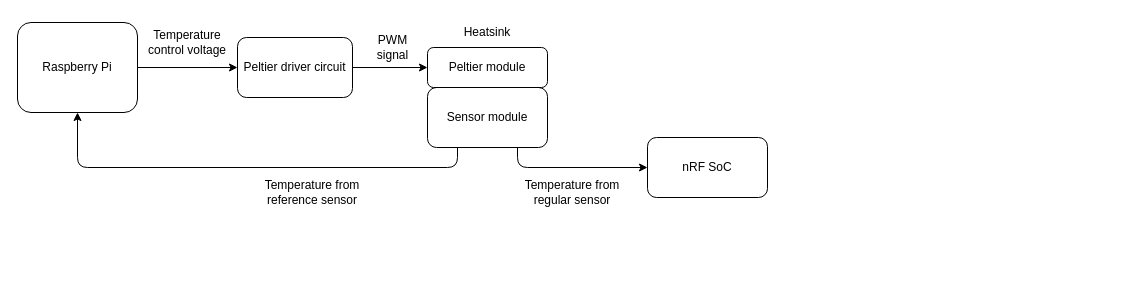
danielcarton/Masters keeps this draw.io diagram as Energy_harvester_iot/Diagrams/Temperature_jig.drawio. Above is the earlier version. Source tidied: cells renumbered, new cells numbered last; positions are measured from the earlier drawing's top-left corner, leaving out a move shared by most shapes. Both pictures are drawn from the tidied source at 100%, with x=0, y=0 at pixel (17, 17).
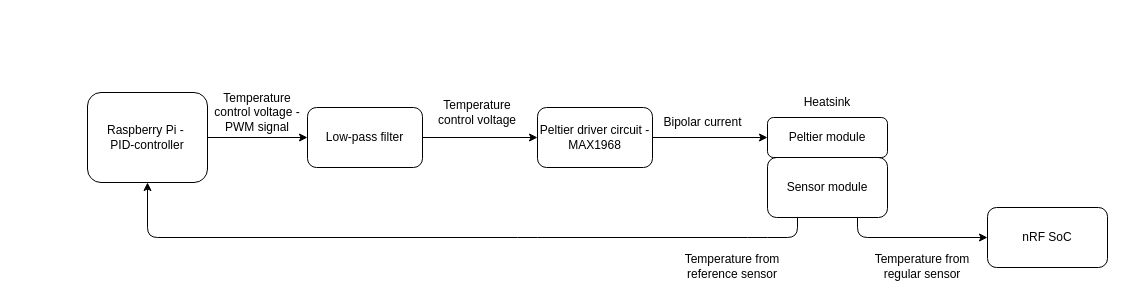
The same page after the edit.

Change to the diagram source:
```diff
@@
-    <mxCell id="2" style="edgeStyle=none;html=1;exitX=1;exitY=0.5;exitDx=0;exitDy=0;entryX=0;entryY=0.5;entryDx=0;entryDy=0;" parent="1" edge="1" source="3" target="14">
-      <mxGeometry relative="1" as="geometry" />
-    </mxCell>
+    <mxCell id="16" style="edgeStyle=none;html=1;exitX=1;exitY=0.5;exitDx=0;exitDy=0;entryX=0;entryY=0.5;entryDx=0;entryDy=0;" parent="1" edge="1" source="3" target="18">
+      <mxGeometry relative="1" as="geometry" />
+    </mxCell>
-    <mxCell id="3" value="Raspberry Pi" style="rounded=1;whiteSpace=wrap;html=1;" parent="1" vertex="1">
-      <mxGeometry y="5" width="120" height="90" as="geometry" />
+    <mxCell id="3" value="Raspberry Pi -&amp;nbsp;&lt;br&gt;PID-controller" style="rounded=1;whiteSpace=wrap;html=1;" parent="1" vertex="1">
+      <mxGeometry x="70" y="75" width="120" height="90" as="geometry" />
     </mxCell>
     <mxCell id="4" style="edgeStyle=none;html=1;exitX=0.75;exitY=1;exitDx=0;exitDy=0;entryX=0;entryY=0.5;entryDx=0;entryDy=0;" parent="1" edge="1" source="6" target="8">
       <mxGeometry relative="1" as="geometry">
         <Array as="points">
-          <mxPoint x="500" y="150" />
+          <mxPoint x="840" y="220" />
         </Array>
       </mxGeometry>
     </mxCell>
     <mxCell id="5" style="edgeStyle=none;html=1;exitX=0.25;exitY=1;exitDx=0;exitDy=0;entryX=0.5;entryY=1;entryDx=0;entryDy=0;" parent="1" edge="1" source="6" target="3">
       <mxGeometry relative="1" as="geometry">
         <Array as="points">
-          <mxPoint x="440" y="150" />
-          <mxPoint x="60" y="150" />
+          <mxPoint x="780" y="220" />
+          <mxPoint x="740" y="220" />
+          <mxPoint x="510" y="220" />
+          <mxPoint x="130" y="220" />
         </Array>
       </mxGeometry>
     </mxCell>
     <mxCell id="6" value="Sensor module" style="rounded=1;whiteSpace=wrap;html=1;" parent="1" vertex="1">
-      <mxGeometry x="410" y="70" width="120" height="60" as="geometry" />
+      <mxGeometry x="750" y="140" width="120" height="60" as="geometry" />
     </mxCell>
     <mxCell id="7" value="Peltier module" style="rounded=1;whiteSpace=wrap;html=1;" parent="1" vertex="1">
-      <mxGeometry x="410" y="30" width="120" height="40" as="geometry" />
+      <mxGeometry x="750" y="100" width="120" height="40" as="geometry" />
     </mxCell>
     <mxCell id="8" value="nRF SoC" style="rounded=1;whiteSpace=wrap;html=1;" parent="1" vertex="1">
-      <mxGeometry x="630" y="120" width="120" height="60" as="geometry" />
+      <mxGeometry x="970" y="190" width="120" height="60" as="geometry" />
     </mxCell>
-    <mxCell id="9" value="Temperature control voltage" style="text;html=1;strokeColor=none;fillColor=none;align=center;verticalAlign=middle;whiteSpace=wrap;rounded=0;" parent="1" vertex="1">
-      <mxGeometry x="120" y="10" width="100" height="30" as="geometry" />
+    <mxCell id="9" value="Temperature control voltage - PWM signal" style="text;html=1;strokeColor=none;fillColor=none;align=center;verticalAlign=middle;whiteSpace=wrap;rounded=0;" parent="1" vertex="1">
+      <mxGeometry x="190" y="80" width="100" height="30" as="geometry" />
     </mxCell>
     <mxCell id="10" value="Temperature from reference sensor" style="text;html=1;strokeColor=none;fillColor=none;align=center;verticalAlign=middle;whiteSpace=wrap;rounded=0;" parent="1" vertex="1">
-      <mxGeometry x="240" y="160" width="110" height="30" as="geometry" />
+      <mxGeometry x="660" y="234" width="110" height="30" as="geometry" />
     </mxCell>
     <mxCell id="11" value="Temperature from regular sensor" style="text;html=1;strokeColor=none;fillColor=none;align=center;verticalAlign=middle;whiteSpace=wrap;rounded=0;" parent="1" vertex="1">
-      <mxGeometry x="500" y="160" width="110" height="30" as="geometry" />
+      <mxGeometry x="850" y="234" width="110" height="30" as="geometry" />
     </mxCell>
     <mxCell id="12" value="Heatsink" style="text;html=1;strokeColor=none;fillColor=none;align=center;verticalAlign=middle;whiteSpace=wrap;rounded=0;" parent="1" vertex="1">
-      <mxGeometry x="420" width="100" height="30" as="geometry" />
+      <mxGeometry x="760" y="70" width="100" height="30" as="geometry" />
     </mxCell>
@@
-    <mxCell id="14" value="Peltier driver circuit" style="rounded=1;whiteSpace=wrap;html=1;" parent="1" vertex="1">
-      <mxGeometry x="220" y="20" width="115" height="60" as="geometry" />
+    <mxCell id="14" value="Peltier driver circuit - MAX1968" style="rounded=1;whiteSpace=wrap;html=1;" parent="1" vertex="1">
+      <mxGeometry x="520" y="90" width="115" height="60" as="geometry" />
     </mxCell>
-    <mxCell id="15" value="PWM &lt;br&gt;signal" style="text;html=1;align=center;verticalAlign=middle;strokeColor=none;fillColor=none;" parent="1" vertex="1">
-      <mxGeometry x="350" y="10" width="50" height="40" as="geometry" />
+    <mxCell id="15" value="Bipolar current" style="text;html=1;align=center;verticalAlign=middle;strokeColor=none;fillColor=none;" parent="1" vertex="1">
+      <mxGeometry x="635" y="90" width="100" height="30" as="geometry" />
     </mxCell>
+    <mxCell id="17" style="edgeStyle=none;html=1;exitX=1;exitY=0.5;exitDx=0;exitDy=0;entryX=0;entryY=0.5;entryDx=0;entryDy=0;" parent="1" edge="1" source="18" target="14">
+      <mxGeometry relative="1" as="geometry" />
+    </mxCell>
+    <mxCell id="18" value="Low-pass filter" style="rounded=1;whiteSpace=wrap;html=1;" parent="1" vertex="1">
+      <mxGeometry x="290" y="90" width="115" height="60" as="geometry" />
+    </mxCell>
+    <mxCell id="19" value="Temperature control voltage" style="text;html=1;strokeColor=none;fillColor=none;align=center;verticalAlign=middle;whiteSpace=wrap;rounded=0;" parent="1" vertex="1">
+      <mxGeometry x="410" y="80" width="100" height="30" as="geometry" />
+    </mxCell>
```
